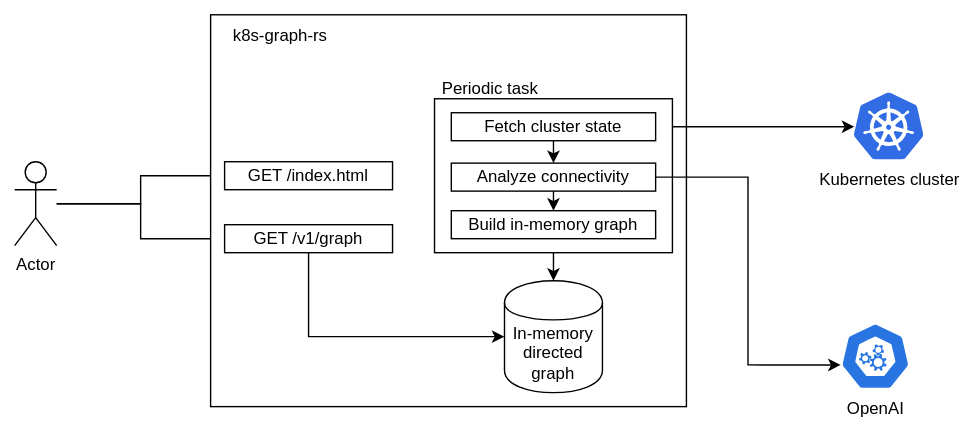
Above: doc/high_level_diagram.svg in REASY/k8s-ariadne-rs (draw.io), before the change. Source tidied: cells renumbered, new cells last; positions are measured from the earlier drawing's top-left corner, leaving out a move shared by most shapes. Its diagram source:
```xml
<mxGraphModel>
  <root>
    <mxCell id="0" />
    <mxCell id="1" parent="0" />
    <mxCell id="2" style="edgeStyle=orthogonalEdgeStyle;rounded=0;jettySize=auto;html=1;" parent="1" edge="1" source="4" target="10">
      <mxGeometry relative="1" as="geometry" />
    </mxCell>
    <mxCell id="3" style="edgeStyle=orthogonalEdgeStyle;rounded=0;jettySize=auto;html=1;" parent="1" edge="1" source="4" target="9">
      <mxGeometry relative="1" as="geometry" />
    </mxCell>
    <mxCell id="4" value="Actor" style="shape=umlActor;verticalLabelPosition=bottom;verticalAlign=top;html=1;outlineConnect=0;" parent="1" vertex="1">
      <mxGeometry y="105" width="30" height="60" as="geometry" />
    </mxCell>
    <mxCell id="5" value="Kubernetes cluster" style="image;sketch=0;html=1;points=[];align=center;fontSize=12;image=img/lib/mscae/Kubernetes.svg;" parent="1" vertex="1">
      <mxGeometry x="600" y="56" width="50" height="48" as="geometry" />
    </mxCell>
    <mxCell id="6" style="rounded=0;whiteSpace=wrap;html=1;" parent="1" vertex="1">
      <mxGeometry x="140" width="340" height="280" as="geometry" />
    </mxCell>
    <mxCell id="7" value="k8s-graph-rs" style="text;html=1;align=center;verticalAlign=middle;whiteSpace=wrap;rounded=0;" parent="1" vertex="1">
      <mxGeometry x="140" width="100" height="30" as="geometry" />
    </mxCell>
    <mxCell id="8" style="edgeStyle=orthogonalEdgeStyle;rounded=0;jettySize=auto;html=1;entryX=0;entryY=0.5;entryDx=0;entryDy=0;" parent="1" edge="1" source="9" target="12">
      <mxGeometry relative="1" as="geometry">
        <Array as="points">
          <mxPoint x="210" y="230" />
        </Array>
      </mxGeometry>
    </mxCell>
    <mxCell id="9" value="GET /v1/graph" style="rounded=0;whiteSpace=wrap;html=1;" parent="1" vertex="1">
      <mxGeometry x="150" y="150" width="120" height="20" as="geometry" />
    </mxCell>
    <mxCell id="10" value="GET /index.html" style="rounded=0;whiteSpace=wrap;html=1;" parent="1" vertex="1">
      <mxGeometry x="150" y="105" width="120" height="20" as="geometry" />
    </mxCell>
    <mxCell id="11" style="edgeStyle=orthogonalEdgeStyle;rounded=0;jettySize=auto;html=1;" parent="1" edge="1" source="17" target="5">
      <mxGeometry relative="1" as="geometry" />
    </mxCell>
    <mxCell id="12" value="In-memory directed graph" style="shape=cylinder;whiteSpace=wrap;html=1;boundedLbl=1;backgroundOutline=1;" parent="1" vertex="1">
      <mxGeometry x="350" y="190" width="70" height="80" as="geometry" />
    </mxCell>
    <mxCell id="13" style="edgeStyle=orthogonalEdgeStyle;rounded=0;jettySize=auto;html=1;entryX=0.5;entryY=0;entryDx=0;entryDy=0;" parent="1" edge="1" source="19" target="12">
      <mxGeometry relative="1" as="geometry" />
    </mxCell>
    <mxCell id="14" style="group;" parent="1" vertex="1">
      <mxGeometry x="300" y="60" width="170" height="110" as="geometry" />
    </mxCell>
    <mxCell id="15" style="rounded=0;whiteSpace=wrap;html=1;" parent="14" vertex="1">
      <mxGeometry width="170" height="110" as="geometry" />
    </mxCell>
    <mxCell id="16" style="edgeStyle=orthogonalEdgeStyle;rounded=0;jettySize=auto;html=1;exitX=0.5;exitY=1;exitDx=0;exitDy=0;entryX=0.5;entryY=0;entryDx=0;entryDy=0;" parent="14" edge="1" source="17" target="19">
      <mxGeometry relative="1" as="geometry" />
    </mxCell>
    <mxCell id="17" value="Fetch cluster state" style="rounded=0;whiteSpace=wrap;html=1;" parent="14" vertex="1">
      <mxGeometry x="12" y="10" width="146" height="20" as="geometry" />
    </mxCell>
    <mxCell id="18" style="edgeStyle=orthogonalEdgeStyle;rounded=0;jettySize=auto;html=1;exitX=0.5;exitY=1;exitDx=0;exitDy=0;entryX=0.5;entryY=0;entryDx=0;entryDy=0;" parent="14" edge="1" source="19" target="20">
      <mxGeometry relative="1" as="geometry" />
    </mxCell>
    <mxCell id="19" value="Analyze connectivity" style="rounded=0;whiteSpace=wrap;html=1;" parent="14" vertex="1">
      <mxGeometry x="12" y="46" width="146" height="20" as="geometry" />
    </mxCell>
    <mxCell id="20" value="Build in-memory graph" style="rounded=0;whiteSpace=wrap;html=1;" parent="14" vertex="1">
      <mxGeometry x="12" y="80" width="146" height="20" as="geometry" />
    </mxCell>
    <mxCell id="21" value="Periodic task" style="text;html=1;align=center;verticalAlign=middle;whiteSpace=wrap;rounded=0;" parent="1" vertex="1">
      <mxGeometry x="290" y="38" width="100" height="30" as="geometry" />
    </mxCell>
    <mxCell id="22" value="OpenAI" style="sketch=0;html=1;dashed=0;whitespace=wrap;verticalLabelPosition=bottom;verticalAlign=top;fillColor=#2875E2;strokeColor=#ffffff;points=[[0.005,0.63,0],[0.1,0.2,0],[0.9,0.2,0],[0.5,0,0],[0.995,0.63,0],[0.72,0.99,0],[0.5,1,0],[0.28,0.99,0]];shape=mxgraph.kubernetes.icon2;prIcon=api;" parent="1" vertex="1">
      <mxGeometry x="590" y="220" width="50" height="48" as="geometry" />
    </mxCell>
    <mxCell id="23" style="edgeStyle=orthogonalEdgeStyle;rounded=0;jettySize=auto;html=1;entryX=0.005;entryY=0.63;entryDx=0;entryDy=0;entryPerimeter=0;" parent="1" edge="1" source="19" target="22">
      <mxGeometry relative="1" as="geometry" />
    </mxCell>
  </root>
</mxGraphModel>
```
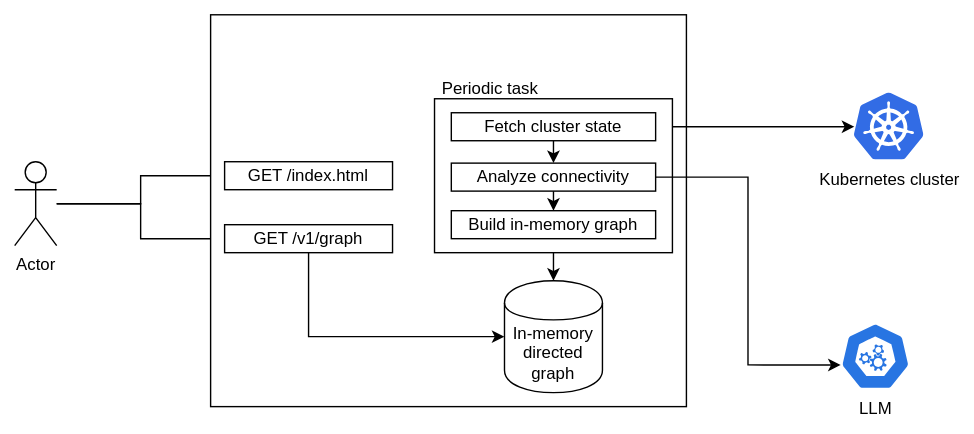
The same file after the commit.

Diff of the diagram source:
```diff
@@ -17,7 +17,7 @@
     <mxCell id="6" style="rounded=0;whiteSpace=wrap;html=1;" parent="1" vertex="1">
       <mxGeometry x="140" width="340" height="280" as="geometry" />
     </mxCell>
-    <mxCell id="7" value="k8s-graph-rs" style="text;html=1;align=center;verticalAlign=middle;whiteSpace=wrap;rounded=0;" parent="1" vertex="1">
+    <mxCell id="7" style="text;html=1;align=center;verticalAlign=middle;whiteSpace=wrap;rounded=0;" parent="1" vertex="1">
       <mxGeometry x="140" width="100" height="30" as="geometry" />
     </mxCell>
     <mxCell id="8" style="edgeStyle=orthogonalEdgeStyle;rounded=0;jettySize=auto;html=1;entryX=0;entryY=0.5;entryDx=0;entryDy=0;" parent="1" edge="1" source="9" target="12">
@@ -66,7 +66,7 @@
     <mxCell id="21" value="Periodic task" style="text;html=1;align=center;verticalAlign=middle;whiteSpace=wrap;rounded=0;" parent="1" vertex="1">
       <mxGeometry x="290" y="38" width="100" height="30" as="geometry" />
     </mxCell>
-    <mxCell id="22" value="OpenAI" style="sketch=0;html=1;dashed=0;whitespace=wrap;verticalLabelPosition=bottom;verticalAlign=top;fillColor=#2875E2;strokeColor=#ffffff;points=[[0.005,0.63,0],[0.1,0.2,0],[0.9,0.2,0],[0.5,0,0],[0.995,0.63,0],[0.72,0.99,0],[0.5,1,0],[0.28,0.99,0]];shape=mxgraph.kubernetes.icon2;prIcon=api;" parent="1" vertex="1">
+    <mxCell id="22" value="LLM" style="sketch=0;html=1;dashed=0;whitespace=wrap;verticalLabelPosition=bottom;verticalAlign=top;fillColor=#2875E2;strokeColor=#ffffff;points=[[0.005,0.63,0],[0.1,0.2,0],[0.9,0.2,0],[0.5,0,0],[0.995,0.63,0],[0.72,0.99,0],[0.5,1,0],[0.28,0.99,0]];shape=mxgraph.kubernetes.icon2;prIcon=api;" parent="1" vertex="1">
       <mxGeometry x="590" y="220" width="50" height="48" as="geometry" />
     </mxCell>
     <mxCell id="23" style="edgeStyle=orthogonalEdgeStyle;rounded=0;jettySize=auto;html=1;entryX=0.005;entryY=0.63;entryDx=0;entryDy=0;entryPerimeter=0;" parent="1" edge="1" source="19" target="22">
```
